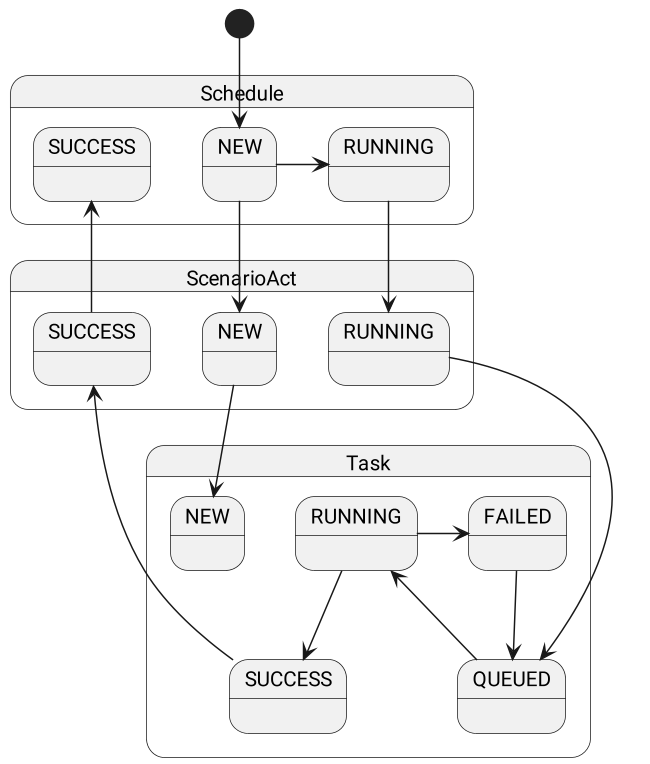
Earlier version of the PlantUML export lakehouse-scheduler-svc/doc/scheduling/ScheduleStatuses.png (zaytsevdmitry/lakehouse).
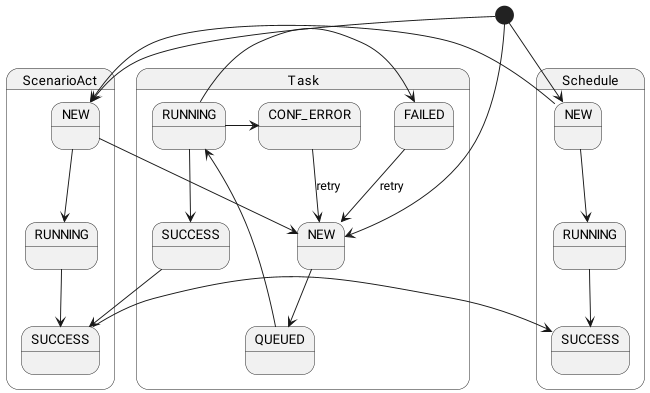
The same file after the commit.

The edit, as a diff of the source:
```diff
@@ -4,26 +4,43 @@
 
 
 state Schedule{
-
-
-
+  state "NEW" as Schedule.NEW
+  state "RUNNING" as Schedule.RUNNING
+  state "SUCCESS" as Schedule.SUCCESS
 }
 state ScenarioAct{
-
+  state "NEW" as ScenarioAct.NEW
+  state "RUNNING" as ScenarioAct.RUNNING
+  state "SUCCESS" as ScenarioAct.SUCCESS
 }
 state Task{
+  state "NEW" as Task.NEW
+  state "QUEUED" as Task.QUEUED
+  state "RUNNING" as Task.RUNNING
+  state "SUCCESS" as Task.SUCCESS
+  state "FAILED" as Task.FAILED
+  state "CONF_ERROR" as Task.CONF_ERROR
 }
 
 [*] --> Schedule.NEW
+Schedule.NEW-->Schedule.RUNNING
+Schedule.RUNNING-->Schedule.SUCCESS
+
+[*] --> ScenarioAct.NEW
 Schedule.NEW-->ScenarioAct.NEW
-Schedule.RUNNING-->ScenarioAct.RUNNING
+ScenarioAct.NEW-->ScenarioAct.RUNNING
+ScenarioAct.RUNNING-->ScenarioAct.SUCCESS
+
+[*] --> Task.NEW
 ScenarioAct.NEW-->Task.NEW
-Schedule.NEW->Schedule.RUNNING
-ScenarioAct.RUNNING--->Task.QUEUED
+Task.NEW-->Task.QUEUED
+Task.QUEUED --> Task.RUNNING
 Task.RUNNING-->Task.SUCCESS
+Task.RUNNING->Task.FAILED
+Task.RUNNING->Task.CONF_ERROR
+Task.FAILED-->Task.NEW: retry
+Task.CONF_ERROR-->Task.NEW: retry
+
+ScenarioAct.SUCCESS->Schedule.SUCCESS
 Task.SUCCESS->ScenarioAct.SUCCESS
-ScenarioAct.SUCCESS->Schedule.SUCCESS
-Task.QUEUED --> Task.RUNNING
-Task.RUNNING->Task.FAILED
-Task.FAILED-->Task.QUEUED
 @enduml
```
